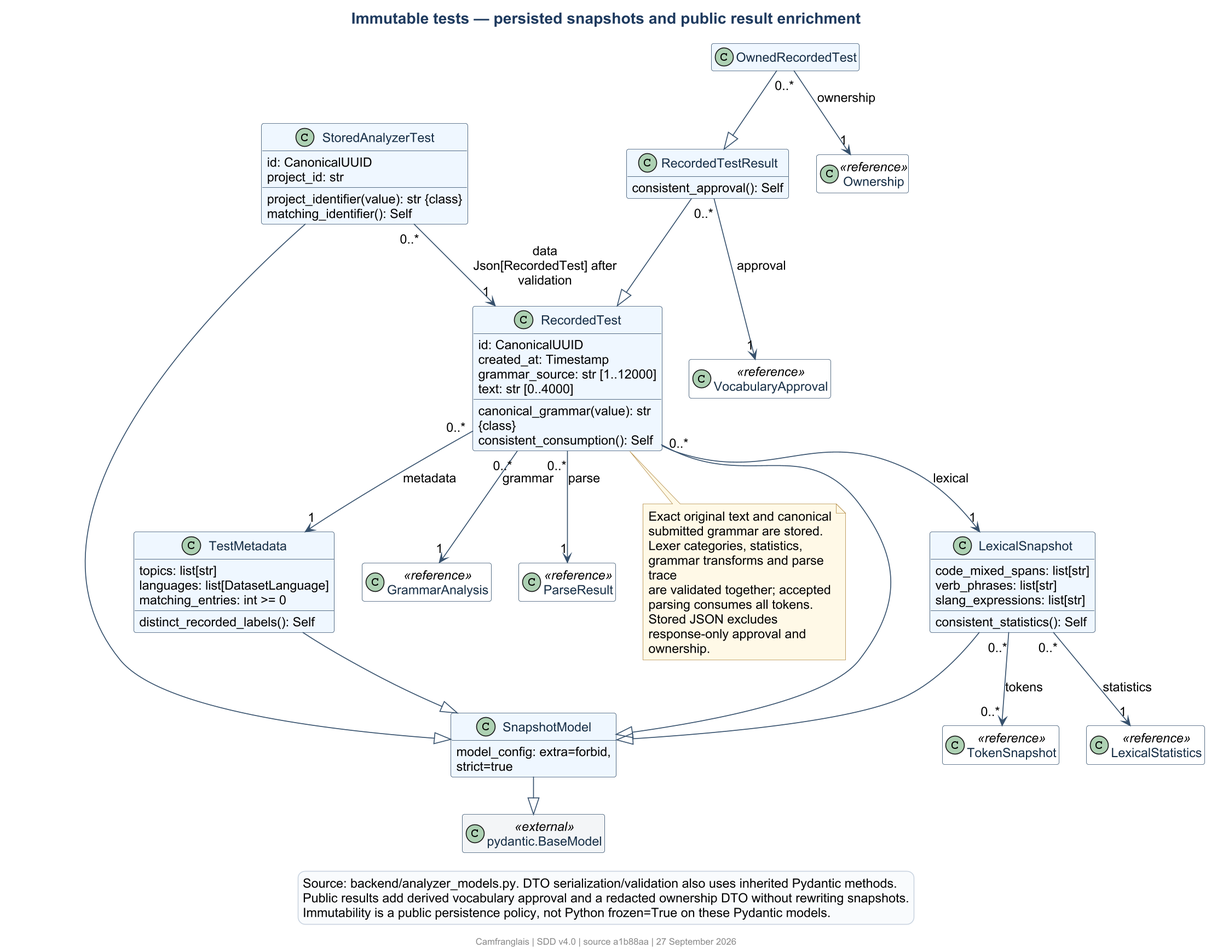
This is docs/diagrams/class-analyzer-snapshots.png from Suraku237/francanglaiscompiler, a PlantUML export, as it was before one commit. Its diagram source:
```plantuml
@startuml
!include theme.iuml
title Immutable tests — persisted snapshots and public result enrichment
hide empty members
class SnapshotModel {
  model_config: extra=forbid, strict=true
}
class RecordedTest {
  id: CanonicalUUID
  created_at: Timestamp
  grammar_source: str [1..12000]
  text: str [0..4000]
  canonical_grammar(value): str {class}
  consistent_consumption(): Self
}
class LexicalSnapshot {
  code_mixed_spans: list[str]
  verb_phrases: list[str]
  slang_expressions: list[str]
  consistent_statistics(): Self
}
class TestMetadata {
  topics: list[str]
  languages: list[DatasetLanguage]
  matching_entries: int >= 0
  distinct_recorded_labels(): Self
}
class StoredAnalyzerTest {
  id: CanonicalUUID
  project_id: str
  project_identifier(value): str {class}
  matching_identifier(): Self
}
class RecordedTestResult {
  consistent_approval(): Self
}
class OwnedRecordedTest
class GrammarAnalysis <<reference>>
class ParseResult <<reference>>
class TokenSnapshot <<reference>>
class LexicalStatistics <<reference>>
class VocabularyApproval <<reference>>
class Ownership <<reference>>
class "pydantic.BaseModel" as BaseModel <<external>>
SnapshotModel --|> BaseModel
RecordedTest --|> SnapshotModel
LexicalSnapshot --|> SnapshotModel
TestMetadata --|> SnapshotModel
StoredAnalyzerTest --|> SnapshotModel
RecordedTestResult --|> RecordedTest
OwnedRecordedTest --|> RecordedTestResult
RecordedTest "0..*" --> "1" LexicalSnapshot : lexical
RecordedTest "0..*" --> "1" GrammarAnalysis : grammar
RecordedTest "0..*" --> "1" ParseResult : parse
RecordedTest "0..*" --> "1" TestMetadata : metadata
LexicalSnapshot "0..*" --> "0..*" TokenSnapshot : tokens
LexicalSnapshot "0..*" --> "1" LexicalStatistics : statistics
StoredAnalyzerTest "0..*" --> "1" RecordedTest : data\nJson[RecordedTest] after validation
RecordedTestResult "0..*" --> "1" VocabularyApproval : approval
OwnedRecordedTest "0..*" --> "1" Ownership : ownership
note bottom of RecordedTest
  Exact original text and canonical submitted grammar are stored.
  Lexer categories, statistics, grammar transforms and parse trace
  are validated together; accepted parsing consumes all tokens.
  Stored JSON excludes response-only approval and ownership.
end note
legend bottom
  Source: backend/analyzer_models.py. DTO serialization/validation also uses inherited Pydantic methods.
  Public results add derived vocabulary approval and a redacted ownership DTO without rewriting snapshots.
  Immutability is a public persistence policy, not Python frozen=True on these Pydantic models.
endlegend
@enduml
```
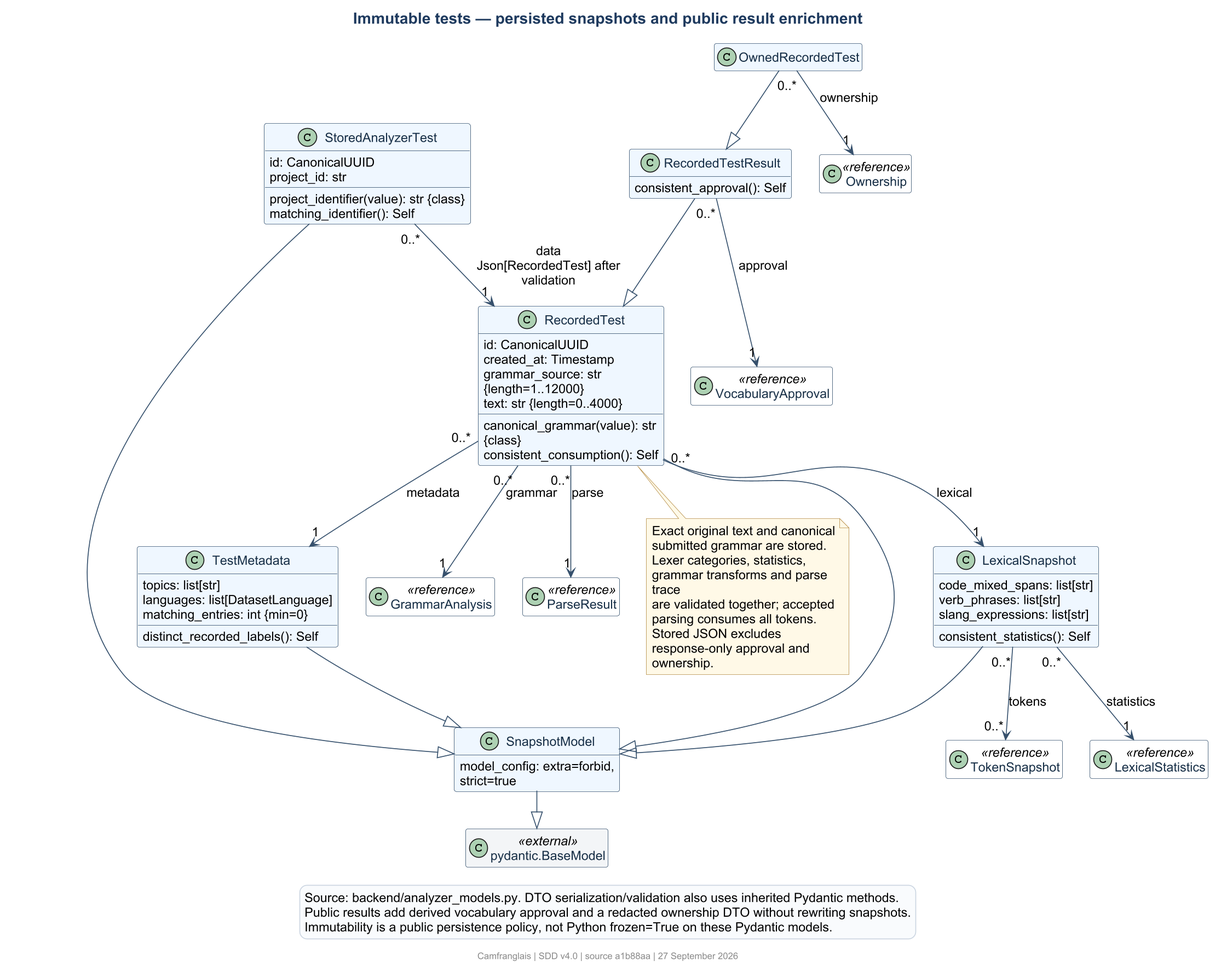
The same diagram one commit later.

Change to the diagram source:
```diff
@@ -8,8 +8,8 @@
 class RecordedTest {
   id: CanonicalUUID
   created_at: Timestamp
-  grammar_source: str [1..12000]
-  text: str [0..4000]
+  grammar_source: str {length=1..12000}
+  text: str {length=0..4000}
   canonical_grammar(value): str {class}
   consistent_consumption(): Self
 }
@@ -22,7 +22,7 @@
 class TestMetadata {
   topics: list[str]
   languages: list[DatasetLanguage]
-  matching_entries: int >= 0
+  matching_entries: int {min=0}
   distinct_recorded_labels(): Self
 }
 class StoredAnalyzerTest {
```
